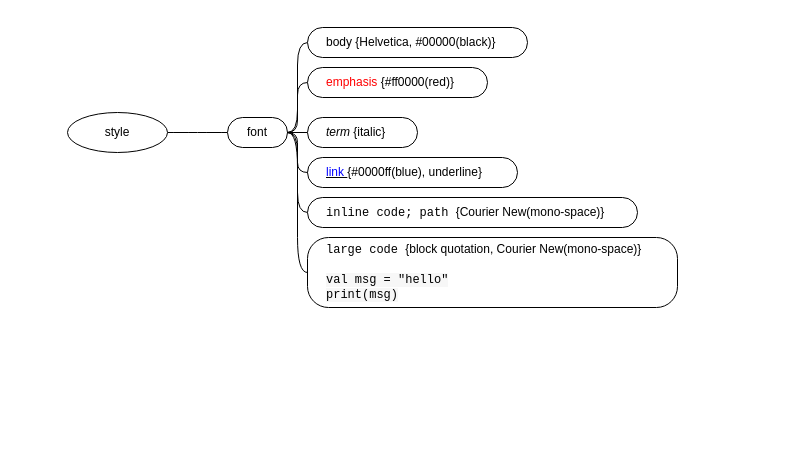
yangdj/tf_docs keeps this draw.io diagram as page "style" (2 of 5) of drawio/drawio.drawio. Above is the earlier version. Source tidied: cells renumbered, new cells numbered last; positions are measured from the earlier drawing's top-left corner, leaving out a move shared by most shapes. Both pictures are drawn from the tidied source at 100%, with x=0, y=0 at pixel (17, 17).
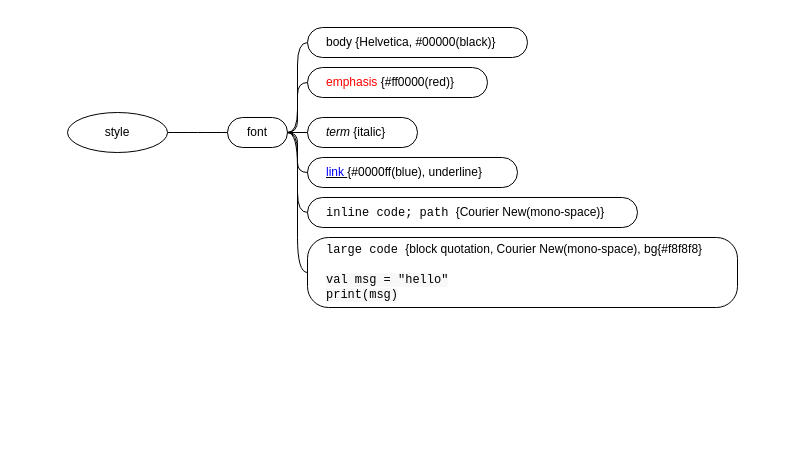
The same diagram, later.

The edit, as a diff of the source:
```diff
@@
 <mxGraphModel>
   <root>
     <mxCell id="0" />
     <mxCell id="1" parent="0" />
     <mxCell id="2" parent="0" />
     <mxCell id="3" style="swimlane;html=1;startSize=20;horizontal=1;containerType=tree;fillColor=none;strokeColor=none;fontStyle=0;" parent="2" vertex="1">
-      <mxGeometry width="700" height="430" as="geometry" />
+      <mxGeometry width="770" height="350" as="geometry" />
     </mxCell>
     <mxCell id="4" style="edgeStyle=entityRelationEdgeStyle;startArrow=none;endArrow=none;segment=10;curved=1;" parent="3" edge="1" source="5" target="6">
       <mxGeometry relative="1" as="geometry" />
     </mxCell>
     <mxCell id="5" value="style" style="ellipse;whiteSpace=wrap;html=1;align=center;" parent="3" vertex="1">
       <mxGeometry x="50" y="95" width="100" height="40" as="geometry" />
     </mxCell>
     <mxCell id="6" value="font" style="whiteSpace=wrap;html=1;rounded=1;arcSize=50;align=center;verticalAlign=middle;strokeWidth=1;spacing=4;" parent="3" vertex="1">
       <mxGeometry x="210" y="100" width="60" height="30" as="geometry" />
     </mxCell>
     <mxCell id="7" value="&lt;u&gt;&lt;font color=&quot;#0000ff&quot;&gt;link&amp;nbsp;&lt;/font&gt;&lt;/u&gt;{#0000ff(blue), underline}" style="whiteSpace=wrap;html=1;rounded=1;arcSize=50;align=left;verticalAlign=middle;strokeWidth=1;spacing=4;spacingLeft=15;" parent="3" vertex="1">
       <mxGeometry x="290" y="140" width="210" height="30" as="geometry" />
     </mxCell>
     <mxCell id="8" style="edgeStyle=entityRelationEdgeStyle;startArrow=none;endArrow=none;segment=10;curved=1;exitX=1;exitY=0.5;exitDx=0;exitDy=0;" parent="3" edge="1" source="6" target="7">
       <mxGeometry relative="1" as="geometry" />
     </mxCell>
     <mxCell id="9" style="edgeStyle=entityRelationEdgeStyle;startArrow=none;endArrow=none;segment=10;curved=1;exitX=1;exitY=0.5;exitDx=0;exitDy=0;" parent="3" edge="1" source="6" target="10">
       <mxGeometry relative="1" as="geometry" />
     </mxCell>
     <mxCell id="10" value="&lt;font&gt;&lt;span&gt;body {Helvetica, #00000(black)}&lt;/span&gt;&lt;/font&gt;" style="whiteSpace=wrap;html=1;rounded=1;arcSize=50;align=left;verticalAlign=middle;strokeWidth=1;spacing=4;fontColor=#000000;fontStyle=0;spacingLeft=15;" parent="3" vertex="1">
       <mxGeometry x="290" y="10" width="220" height="30" as="geometry" />
     </mxCell>
     <mxCell id="11" style="edgeStyle=entityRelationEdgeStyle;startArrow=none;endArrow=none;segment=10;curved=1;exitX=1;exitY=0.5;exitDx=0;exitDy=0;" parent="3" edge="1" source="6" target="12">
       <mxGeometry relative="1" as="geometry" />
     </mxCell>
     <mxCell id="12" value="&lt;font&gt;&lt;i&gt;term&lt;/i&gt;&amp;nbsp;{italic}&lt;/font&gt;" style="whiteSpace=wrap;html=1;rounded=1;arcSize=50;align=left;verticalAlign=middle;strokeWidth=1;spacing=4;spacingLeft=15;fontStyle=0;fontColor=#000000;" parent="3" vertex="1">
       <mxGeometry x="290" y="100" width="110" height="30" as="geometry" />
     </mxCell>
     <mxCell id="13" style="edgeStyle=entityRelationEdgeStyle;startArrow=none;endArrow=none;segment=10;curved=1;exitX=1;exitY=0.5;exitDx=0;exitDy=0;" parent="3" edge="1" source="6" target="14">
       <mxGeometry relative="1" as="geometry" />
     </mxCell>
     <mxCell id="14" value="&lt;font&gt;&lt;font face=&quot;Courier New&quot;&gt;inline code; path&amp;nbsp;&lt;/font&gt;{Courier New(mono-space)}&lt;/font&gt;" style="whiteSpace=wrap;html=1;rounded=1;arcSize=50;align=left;verticalAlign=middle;strokeWidth=1;spacing=4;spacingLeft=15;fontStyle=0;fontColor=#000000;" parent="3" vertex="1">
       <mxGeometry x="290" y="180" width="330" height="30" as="geometry" />
     </mxCell>
     <mxCell id="15" style="edgeStyle=entityRelationEdgeStyle;startArrow=none;endArrow=none;segment=10;curved=1;exitX=1;exitY=0.5;exitDx=0;exitDy=0;" parent="3" edge="1" source="6" target="16">
       <mxGeometry relative="1" as="geometry" />
     </mxCell>
     <mxCell id="16" value="&lt;span style=&quot;color: rgb(255 , 0 , 0)&quot;&gt;emphasis &lt;/span&gt;{&lt;font color=&quot;#000000&quot;&gt;#ff0000(red)}&lt;/font&gt;" style="whiteSpace=wrap;html=1;rounded=1;arcSize=50;align=left;verticalAlign=middle;strokeWidth=1;spacing=4;fontColor=#000000;fontStyle=0;spacingLeft=15;" parent="3" vertex="1">
       <mxGeometry x="290" y="50" width="180" height="30" as="geometry" />
     </mxCell>
     <mxCell id="17" style="edgeStyle=entityRelationEdgeStyle;startArrow=none;endArrow=none;segment=10;curved=1;exitX=1;exitY=0.5;exitDx=0;exitDy=0;" parent="3" edge="1" source="6" target="18">
       <mxGeometry relative="1" as="geometry" />
     </mxCell>
-    <mxCell id="18" value="&lt;font&gt;&lt;font face=&quot;Courier New&quot;&gt;large code&amp;nbsp;&lt;/font&gt;{block quotation, Courier New(mono-space)}&lt;br&gt;&lt;br&gt;&lt;font face=&quot;Courier New&quot; style=&quot;background-color: rgb(247 , 247 , 247)&quot;&gt;val msg = &quot;hello&quot;&lt;br&gt;print(msg)&lt;/font&gt;&lt;br&gt;&lt;/font&gt;" style="whiteSpace=wrap;html=1;rounded=1;arcSize=30;align=left;verticalAlign=middle;strokeWidth=1;spacing=4;spacingLeft=15;fontStyle=0;fontColor=#000000;" parent="3" vertex="1">
-      <mxGeometry x="290" y="220" width="370" height="70" as="geometry" />
+    <mxCell id="18" value="&lt;font&gt;&lt;font face=&quot;Courier New&quot;&gt;large code&amp;nbsp;&lt;/font&gt;{block quotation, Courier New(mono-space), bg{#f8f8f8}&lt;br&gt;&lt;br&gt;&lt;font face=&quot;Courier New&quot; style=&quot;background-color: rgb(248 , 248 , 248)&quot;&gt;val msg = &quot;hello&quot;&lt;br&gt;print(msg)&lt;/font&gt;&lt;br&gt;&lt;/font&gt;" style="whiteSpace=wrap;html=1;rounded=1;arcSize=30;align=left;verticalAlign=middle;strokeWidth=1;spacing=4;spacingLeft=15;fontStyle=0;fontColor=#000000;" parent="3" vertex="1">
+      <mxGeometry x="290" y="220" width="430" height="70" as="geometry" />
     </mxCell>
   </root>
 </mxGraphModel>
```
